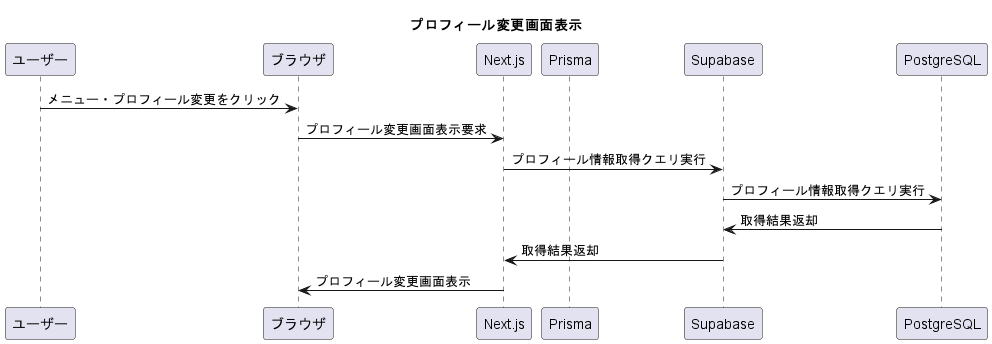
This is uml/out/angerLog/pageProfile/pageProfile.png from washogo/angerLogApp, a PlantUML export, as it was before one commit.
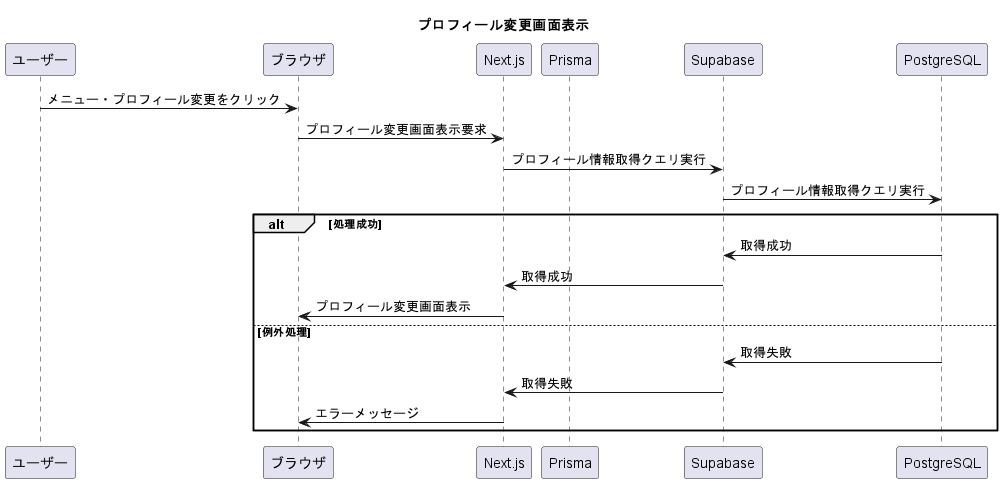
The same diagram one commit later.

The edit, as a diff of the source:
```diff
@@ -11,8 +11,14 @@
 ブラウザ -> Next.js: プロフィール変更画面表示要求
 Next.js -> Supabase: プロフィール情報取得クエリ実行
 Supabase -> PostgreSQL: プロフィール情報取得クエリ実行
-PostgreSQL -> Supabase: 取得結果返却
-Supabase -> Next.js: 取得結果返却
-Next.js -> ブラウザ: プロフィール変更画面表示
+alt 処理成功
+  PostgreSQL -> Supabase: 取得成功
+  Supabase -> Next.js: 取得成功
+  Next.js -> ブラウザ: プロフィール変更画面表示
+else 例外処理
+  PostgreSQL -> Supabase: 取得失敗
+  Supabase -> Next.js: 取得失敗
+  Next.js -> ブラウザ: エラーメッセージ
+end
 
 @enduml
```
